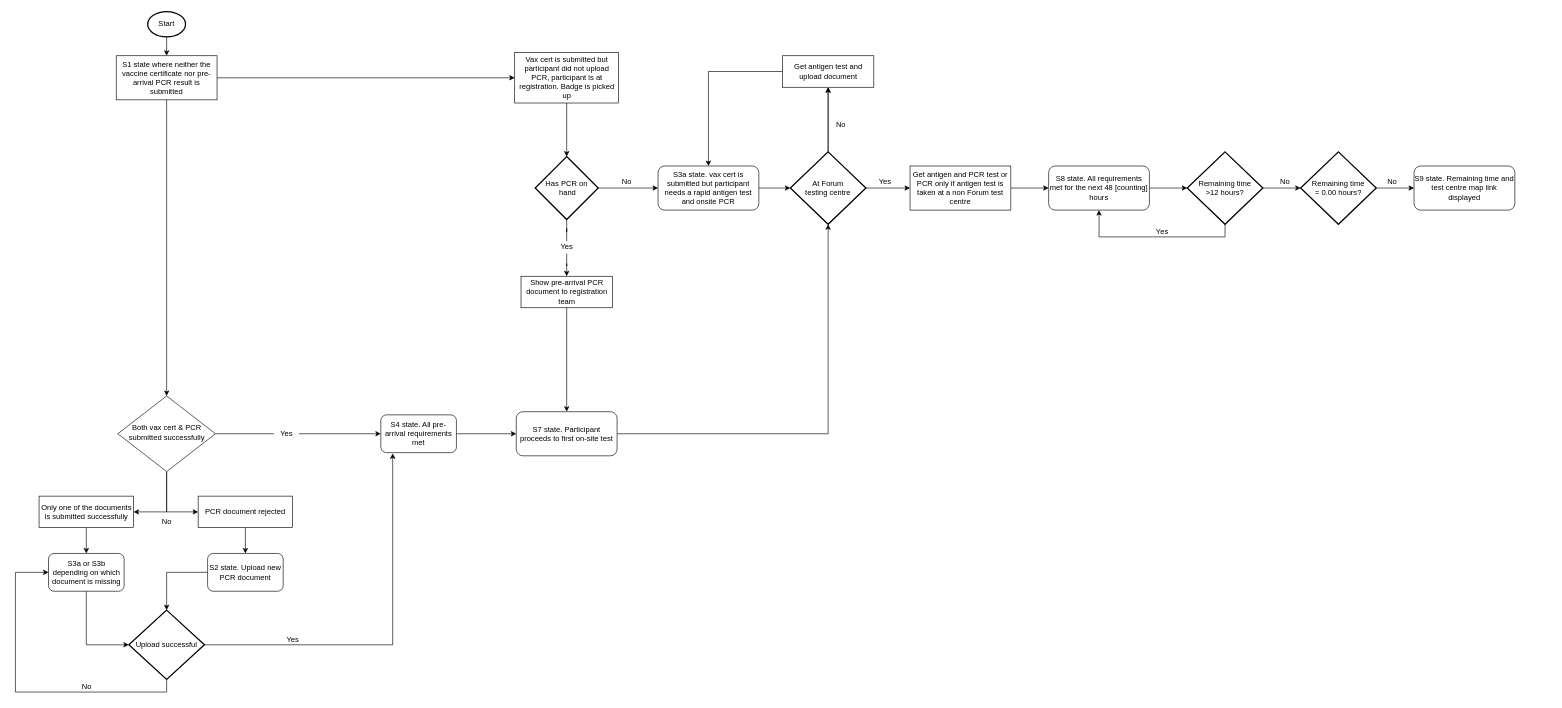
Earlier version of the draw.io diagram Untitled Diagram.drawio (merid-berhe/draw.io). Source tidied: cells renumbered, new cells numbered last; positions are measured from the earlier drawing's top-left corner, leaving out a move shared by most shapes. Both pictures are drawn from the tidied source at 63%, with x=0, y=0 at pixel (15, 11).
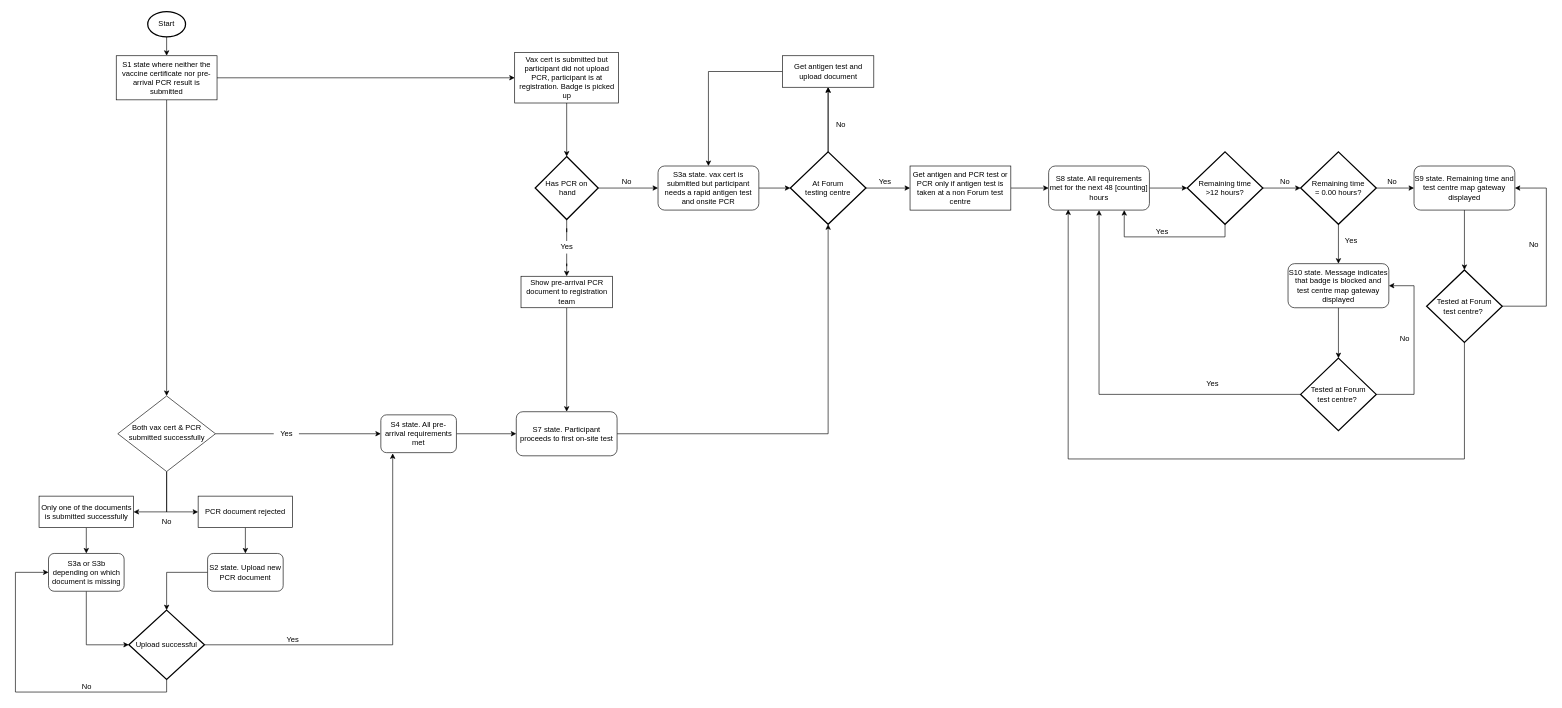
Above is the later version.

Commit message:
AM22 health testing flow

The change refers to these unchanged cells:
```xml
<mxCell id="54" value="S8 state. All requirements met for the next 48 [counting] hours" style="rounded=1;whiteSpace=wrap;html=1;fontSize=12;glass=0;strokeWidth=1;shadow=0;" parent="1" vertex="1">
  <mxGeometry x="1640" y="245" width="160" height="70" as="geometry" />
</mxCell>
<mxCell id="57" value="Remaining time &lt;br&gt;&amp;gt;12 hours?" style="strokeWidth=2;html=1;shape=mxgraph.flowchart.decision;whiteSpace=wrap;" parent="1" vertex="1">
  <mxGeometry x="1860" y="222.5" width="120" height="115" as="geometry" />
</mxCell>
<mxCell id="60" value="Remaining time &lt;br&gt;= 0.00 hours?" style="strokeWidth=2;html=1;shape=mxgraph.flowchart.decision;whiteSpace=wrap;" parent="1" vertex="1">
  <mxGeometry x="2040" y="222.5" width="120" height="115" as="geometry" />
</mxCell>
```

The edit, as a diff of the source:
```diff
@@
-    <mxCell id="55" style="edgeStyle=orthogonalEdgeStyle;rounded=0;jettySize=auto;html=1;exitX=0.5;exitY=1;exitDx=0;exitDy=0;exitPerimeter=0;entryX=0.5;entryY=1;entryDx=0;entryDy=0;" parent="1" edge="1" source="57" target="54">
+    <mxCell id="55" style="edgeStyle=orthogonalEdgeStyle;rounded=0;jettySize=auto;html=1;exitX=0.5;exitY=1;exitDx=0;exitDy=0;exitPerimeter=0;entryX=0.75;entryY=1;entryDx=0;entryDy=0;" parent="1" edge="1" source="57" target="54">
       <mxGeometry relative="1" as="geometry" />
     </mxCell>
@@
+    <mxCell id="64" style="edgeStyle=orthogonalEdgeStyle;rounded=0;jettySize=auto;html=1;exitX=0.5;exitY=1;exitDx=0;exitDy=0;exitPerimeter=0;entryX=0.5;entryY=0;entryDx=0;entryDy=0;" parent="1" edge="1" source="60" target="67">
+      <mxGeometry relative="1" as="geometry" />
+    </mxCell>
@@
+    <mxCell id="65" style="edgeStyle=orthogonalEdgeStyle;rounded=0;jettySize=auto;html=1;exitX=0.5;exitY=1;exitDx=0;exitDy=0;entryX=0.5;entryY=0;entryDx=0;entryDy=0;entryPerimeter=0;" parent="1" edge="1" source="62" target="76">
+      <mxGeometry relative="1" as="geometry" />
+    </mxCell>
-    <mxCell id="62" value="S9 state. Remaining time and test centre map link displayed" style="rounded=1;whiteSpace=wrap;html=1;fontSize=12;glass=0;strokeWidth=1;shadow=0;" parent="1" vertex="1">
+    <mxCell id="62" value="S9 state. Remaining time and test centre map gateway displayed" style="rounded=1;whiteSpace=wrap;html=1;fontSize=12;glass=0;strokeWidth=1;shadow=0;" parent="1" vertex="1">
       <mxGeometry x="2220" y="245" width="160" height="70" as="geometry" />
     </mxCell>
@@
+    <mxCell id="66" style="edgeStyle=orthogonalEdgeStyle;rounded=0;jettySize=auto;html=1;exitX=0.5;exitY=1;exitDx=0;exitDy=0;" parent="1" edge="1" source="67" target="71">
+      <mxGeometry relative="1" as="geometry" />
+    </mxCell>
+    <mxCell id="67" value="S10 state. Message indicates that badge is blocked and test centre map gateway displayed" style="rounded=1;whiteSpace=wrap;html=1;fontSize=12;glass=0;strokeWidth=1;shadow=0;" parent="1" vertex="1">
+      <mxGeometry x="2020" y="400" width="160" height="70" as="geometry" />
+    </mxCell>
+    <mxCell id="68" value="Yes" style="text;html=1;align=center;verticalAlign=middle;strokeColor=none;" parent="1" vertex="1">
+      <mxGeometry x="2100" y="353" width="40" height="20" as="geometry" />
+    </mxCell>
+    <mxCell id="69" style="edgeStyle=orthogonalEdgeStyle;rounded=0;jettySize=auto;html=1;exitX=0;exitY=0.5;exitDx=0;exitDy=0;exitPerimeter=0;entryX=0.5;entryY=1;entryDx=0;entryDy=0;" parent="1" edge="1" source="71" target="54">
+      <mxGeometry relative="1" as="geometry" />
+    </mxCell>
+    <mxCell id="70" style="edgeStyle=orthogonalEdgeStyle;rounded=0;jettySize=auto;html=1;exitX=1;exitY=0.5;exitDx=0;exitDy=0;exitPerimeter=0;entryX=1;entryY=0.5;entryDx=0;entryDy=0;" parent="1" edge="1" source="71" target="67">
+      <mxGeometry relative="1" as="geometry">
+        <Array as="points">
+          <mxPoint x="2220" y="608" />
+          <mxPoint x="2220" y="435" />
+        </Array>
+      </mxGeometry>
+    </mxCell>
+    <mxCell id="71" value="Tested at Forum &lt;br&gt;test centre?&amp;nbsp;" style="strokeWidth=2;html=1;shape=mxgraph.flowchart.decision;whiteSpace=wrap;" parent="1" vertex="1">
+      <mxGeometry x="2040" y="550" width="120" height="115" as="geometry" />
+    </mxCell>
+    <mxCell id="72" value="Yes" style="text;html=1;align=center;verticalAlign=middle;strokeColor=none;" parent="1" vertex="1">
+      <mxGeometry x="1880" y="580" width="40" height="20" as="geometry" />
+    </mxCell>
+    <mxCell id="73" value="No" style="text;html=1;align=center;verticalAlign=middle;strokeColor=none;" parent="1" vertex="1">
+      <mxGeometry x="2190" y="510" width="30" height="20" as="geometry" />
+    </mxCell>
+    <mxCell id="74" style="edgeStyle=orthogonalEdgeStyle;rounded=0;jettySize=auto;html=1;exitX=1;exitY=0.5;exitDx=0;exitDy=0;exitPerimeter=0;entryX=1;entryY=0.5;entryDx=0;entryDy=0;" parent="1" edge="1" source="76" target="62">
+      <mxGeometry relative="1" as="geometry">
+        <Array as="points">
+          <mxPoint x="2430" y="468" />
+          <mxPoint x="2430" y="280" />
+        </Array>
+      </mxGeometry>
+    </mxCell>
+    <mxCell id="75" style="edgeStyle=orthogonalEdgeStyle;rounded=0;jettySize=auto;html=1;exitX=0.5;exitY=1;exitDx=0;exitDy=0;exitPerimeter=0;entryX=0.194;entryY=0.986;entryDx=0;entryDy=0;entryPerimeter=0;" parent="1" edge="1" source="76" target="54">
+      <mxGeometry relative="1" as="geometry">
+        <Array as="points">
+          <mxPoint x="2300" y="710" />
+          <mxPoint x="1671" y="710" />
+        </Array>
+      </mxGeometry>
+    </mxCell>
+    <mxCell id="76" value="Tested at Forum &lt;br&gt;test centre?&amp;nbsp;" style="strokeWidth=2;html=1;shape=mxgraph.flowchart.decision;whiteSpace=wrap;" parent="1" vertex="1">
+      <mxGeometry x="2240" y="410" width="120" height="115" as="geometry" />
+    </mxCell>
+    <mxCell id="77" value="No" style="text;html=1;align=center;verticalAlign=middle;strokeColor=none;" parent="1" vertex="1">
+      <mxGeometry x="2395" y="360" width="30" height="20" as="geometry" />
+    </mxCell>
```
